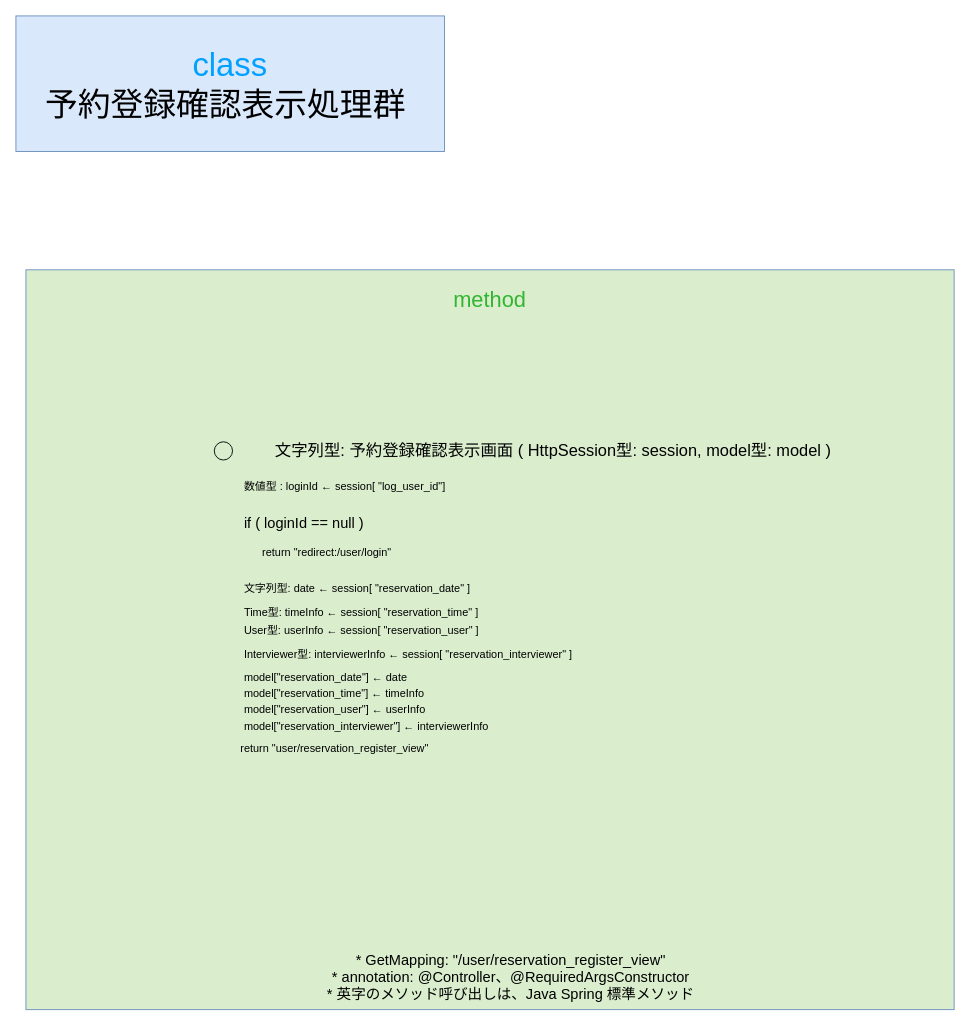
The draw.io diagram gijigengo/controller/view/user/meeting_reservation_sys controller_view_user ReservationRegisterViewControllerクラス 疑似言語.drawio in tro319/meeting_reservation_system, before the edit. Source tidied: cells renumbered, new cells numbered last; positions are measured from the earlier drawing's top-left corner, leaving out a move shared by most shapes. Both pictures are drawn from the tidied source at 91%, with x=0, y=0 at pixel (15, 15).
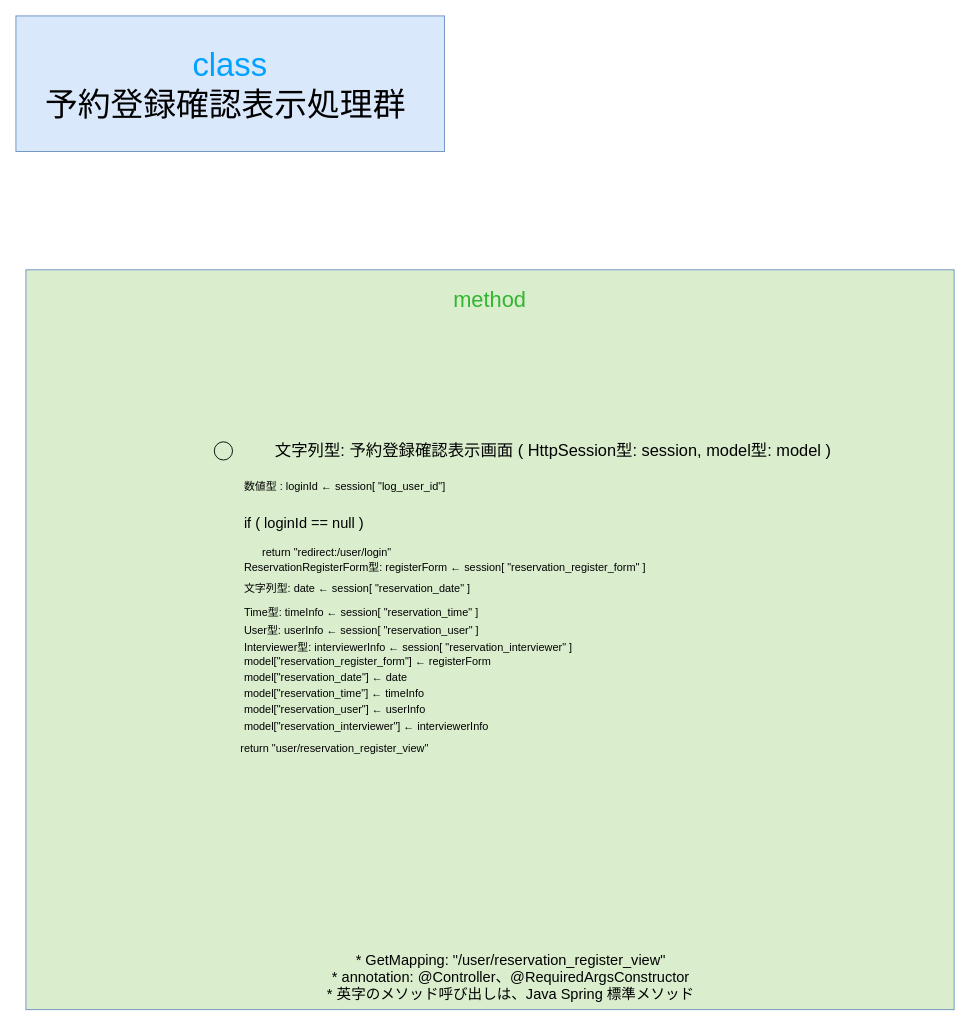
The same page after the edit.

Diff of the diagram source:
```diff
@@
     <mxCell id="14" value="Interviewer型: interviewerInfo ← session[ &quot;reservation_interviewer&quot; ]" style="text;html=1;whiteSpace=wrap;strokeColor=none;fillColor=none;align=left;verticalAlign=middle;rounded=0;" parent="1" vertex="1">
-      <mxGeometry x="249" y="687" width="590" height="30" as="geometry" />
+      <mxGeometry x="249" y="679" width="590" height="30" as="geometry" />
     </mxCell>
@@
+    <mxCell id="19" value="ReservationRegisterForm型: registerForm ← session[ &quot;reservation_register_form&quot; ]" style="text;html=1;whiteSpace=wrap;strokeColor=none;fillColor=none;align=left;verticalAlign=middle;rounded=0;" parent="1" vertex="1">
+      <mxGeometry x="249" y="592" width="590" height="30" as="geometry" />
+    </mxCell>
+    <mxCell id="20" value="model[&quot;reservation_register_form&quot;] ← registerForm" style="text;html=1;whiteSpace=wrap;strokeColor=none;fillColor=none;align=left;verticalAlign=middle;rounded=0;" parent="1" vertex="1">
+      <mxGeometry x="249" y="695" width="590" height="30" as="geometry" />
+    </mxCell>
```
